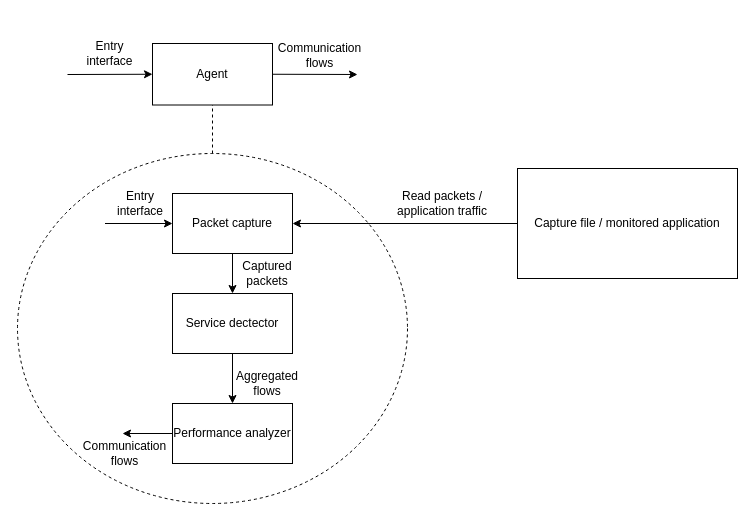
The draw.io diagram page "standalone" (4 of 4) of diagrams/DyMonD Architecture.drawio in aaronlohner/DyMonD, before the edit. Source tidied: cells renumbered, new cells numbered last; positions are measured from the earlier drawing's top-left corner, leaving out a move shared by most shapes. Both pictures are drawn from the tidied source at 100%, with x=0, y=0 at pixel (17, 43).
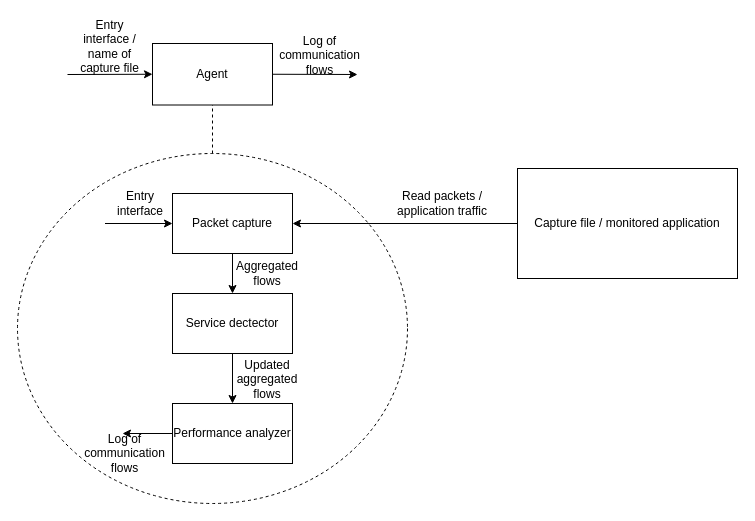
The same diagram, later.

Diff of the diagram source:
```diff
@@
-    <mxCell id="2" value="Entry interface" style="text;html=1;strokeColor=none;fillColor=none;align=center;verticalAlign=middle;whiteSpace=wrap;rounded=0;dashed=1;" parent="1" vertex="1">
-      <mxGeometry x="60" width="65" height="20" as="geometry" />
+    <mxCell id="2" value="Entry interface / name of capture file" style="text;html=1;strokeColor=none;fillColor=none;align=center;verticalAlign=middle;whiteSpace=wrap;rounded=0;dashed=1;" parent="1" vertex="1">
+      <mxGeometry x="60" y="-7" width="65" height="20" as="geometry" />
     </mxCell>
@@
-    <mxCell id="5" value="Communication flows" style="text;html=1;strokeColor=none;fillColor=none;align=center;verticalAlign=middle;whiteSpace=wrap;rounded=0;dashed=1;" parent="1" vertex="1">
+    <mxCell id="5" value="Log of communication flows" style="text;html=1;strokeColor=none;fillColor=none;align=center;verticalAlign=middle;whiteSpace=wrap;rounded=0;dashed=1;" parent="1" vertex="1">
       <mxGeometry x="255" y="2" width="95" height="20" as="geometry" />
     </mxCell>
@@
-    <mxCell id="15" value="Communication flows" style="text;html=1;fillColor=none;align=center;verticalAlign=middle;whiteSpace=wrap;rounded=0;dashed=1;" parent="1" vertex="1">
+    <mxCell id="15" value="Log of communication flows" style="text;html=1;fillColor=none;align=center;verticalAlign=middle;whiteSpace=wrap;rounded=0;dashed=1;" parent="1" vertex="1">
       <mxGeometry x="60" y="400" width="95" height="20" as="geometry" />
     </mxCell>
@@
-    <mxCell id="18" value="Captured packets" style="text;html=1;fillColor=none;align=center;verticalAlign=middle;whiteSpace=wrap;rounded=0;dashed=1;" parent="1" vertex="1">
-      <mxGeometry x="225" y="220" width="50" height="20" as="geometry" />
-    </mxCell>
-    <mxCell id="19" value="Aggregated flows" style="text;html=1;fillColor=none;align=center;verticalAlign=middle;whiteSpace=wrap;rounded=0;dashed=1;" parent="1" vertex="1">
-      <mxGeometry x="225" y="330" width="50" height="20" as="geometry" />
+    <mxCell id="19" value="Updated&lt;br&gt;aggregated flows" style="text;html=1;fillColor=none;align=center;verticalAlign=middle;whiteSpace=wrap;rounded=0;dashed=1;" parent="1" vertex="1">
+      <mxGeometry x="225" y="326" width="50" height="20" as="geometry" />
     </mxCell>
@@
+    <mxCell id="23" value="Aggregated flows" style="text;html=1;fillColor=none;align=center;verticalAlign=middle;whiteSpace=wrap;rounded=0;dashed=1;" parent="1" vertex="1">
+      <mxGeometry x="225" y="220" width="50" height="20" as="geometry" />
+    </mxCell>
```
